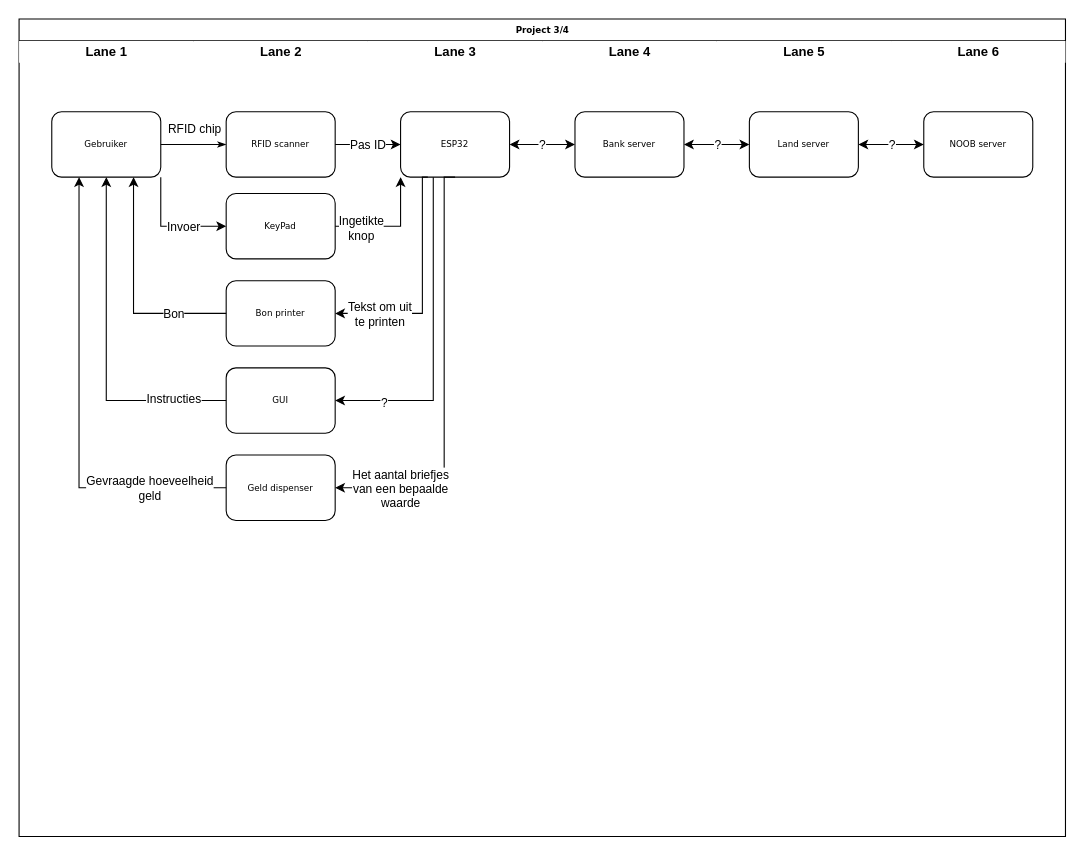
Earlier version of the draw.io diagram designs/2D/dataFlowDiagram.drawio (Sinjablo/Git-TINPRJ03-34). Source tidied: cells renumbered, new cells numbered last; positions are measured from the earlier drawing's top-left corner, leaving out a move shared by most shapes. Both pictures are drawn from the tidied source at 109%, with x=0, y=0 at pixel (19, 19).
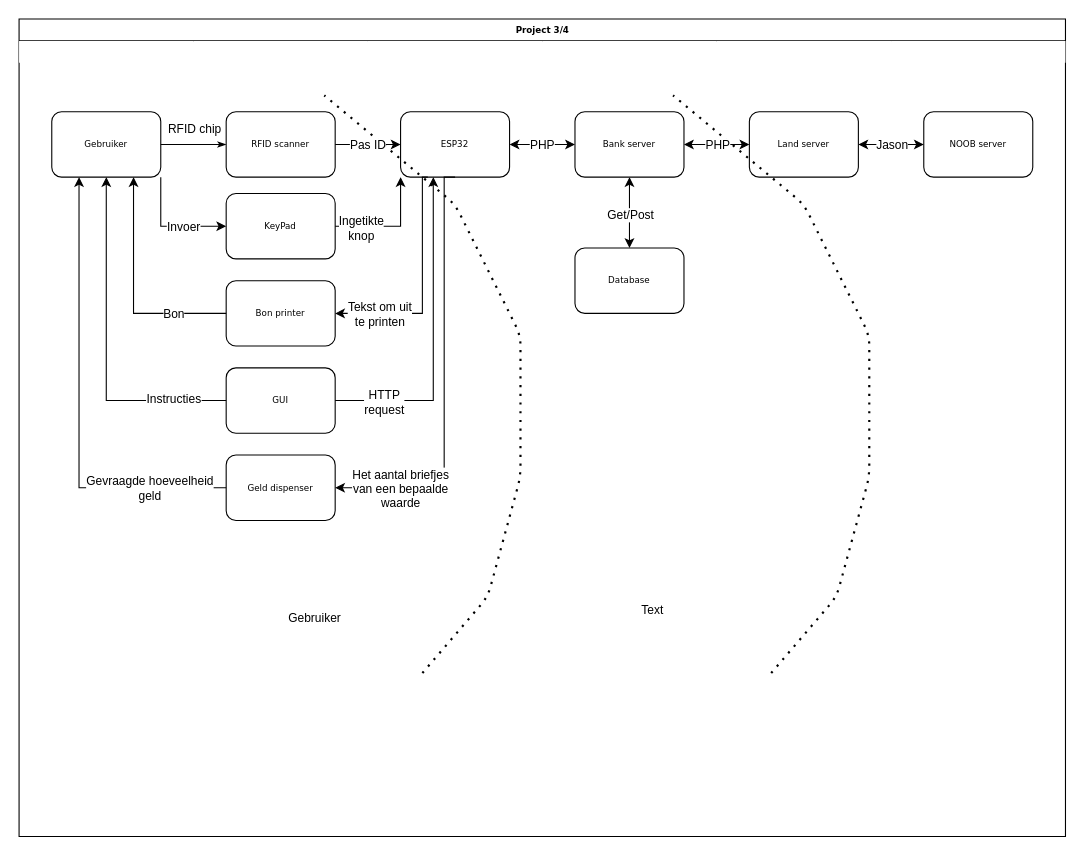
The same diagram, later.

The change refers to these unchanged cells:
```xml
<mxCell id="2" value="Project 3/4" style="swimlane;html=1;startSize=20;rounded=0;shadow=0;labelBackgroundColor=none;strokeWidth=1;fontFamily=Verdana;fontSize=8;align=center;" parent="1" vertex="1">
  <mxGeometry width="960" height="750" as="geometry" />
</mxCell>
<mxCell id="11" value="GUI" style="rounded=1;whiteSpace=wrap;html=1;shadow=0;labelBackgroundColor=none;strokeWidth=1;fontFamily=Verdana;fontSize=8;align=center;" parent="7" vertex="1">
  <mxGeometry x="30" y="300" width="100" height="60" as="geometry" />
</mxCell>
<mxCell id="14" value="ESP32" style="rounded=1;whiteSpace=wrap;html=1;shadow=0;labelBackgroundColor=none;strokeWidth=1;fontFamily=Verdana;fontSize=8;align=center;" parent="13" vertex="1">
  <mxGeometry x="30" y="65" width="100" height="60" as="geometry" />
</mxCell>
<mxCell id="16" value="Bank server" style="rounded=1;whiteSpace=wrap;html=1;shadow=0;labelBackgroundColor=none;strokeWidth=1;fontFamily=Verdana;fontSize=8;align=center;" parent="15" vertex="1">
  <mxGeometry x="30" y="65" width="100" height="60" as="geometry" />
</mxCell>
<mxCell id="39" style="edgeStyle=orthogonalEdgeStyle;rounded=0;jettySize=auto;html=1;startArrow=classic;startFill=1;" parent="2" edge="1" source="14" target="16">
  <mxGeometry relative="1" as="geometry" />
</mxCell>
<mxCell id="41" style="edgeStyle=orthogonalEdgeStyle;rounded=0;jettySize=auto;html=1;entryX=0;entryY=0.5;entryDx=0;entryDy=0;startArrow=classic;startFill=1;" parent="2" edge="1" source="16" target="18">
  <mxGeometry relative="1" as="geometry" />
</mxCell>
<mxCell id="43" style="edgeStyle=orthogonalEdgeStyle;rounded=0;jettySize=auto;html=1;entryX=0;entryY=0.5;entryDx=0;entryDy=0;startArrow=classic;startFill=1;" parent="2" edge="1" source="18" target="20">
  <mxGeometry relative="1" as="geometry" />
</mxCell>
```

The edit, as a diff of the source:
```diff
@@
-    <mxCell id="3" value="Lane 1" style="swimlane;html=1;startSize=20;strokeColor=none;" parent="2" vertex="1">
+    <mxCell id="3" style="swimlane;html=1;startSize=20;strokeColor=none;" parent="2" vertex="1">
       <mxGeometry y="20" width="160" height="730" as="geometry" />
     </mxCell>
@@
-    <mxCell id="7" value="Lane 2" style="swimlane;html=1;startSize=20;strokeColor=none;" parent="2" vertex="1">
+    <mxCell id="7" style="swimlane;html=1;startSize=20;strokeColor=none;" parent="2" vertex="1">
       <mxGeometry x="160" y="20" width="160" height="730" as="geometry" />
     </mxCell>
@@
-    <mxCell id="13" value="Lane 3" style="swimlane;html=1;startSize=20;strokeColor=none;" parent="2" vertex="1">
+    <mxCell id="13" style="swimlane;html=1;startSize=20;strokeColor=none;" parent="2" vertex="1">
       <mxGeometry x="320" y="20" width="160" height="730" as="geometry" />
     </mxCell>
@@
+    <mxCell id="45" style="endArrow=none;dashed=1;html=1;dashPattern=1 3;strokeWidth=2;" parent="13" edge="1">
+      <mxGeometry relative="1" as="geometry">
+        <mxPoint x="50" y="580" as="sourcePoint" />
+        <mxPoint x="-40" y="50" as="targetPoint" />
+        <Array as="points">
+          <mxPoint x="110" y="510" />
+          <mxPoint x="140" y="400" />
+          <mxPoint x="140" y="270" />
+          <mxPoint x="80" y="150" />
+        </Array>
+      </mxGeometry>
+    </mxCell>
+    <mxCell id="46" value="Gebruiker" style="edgeLabel;html=1;align=center;verticalAlign=middle;" parent="45" vertex="1">
+      <mxGeometry x="-0.03" y="1" relative="1" as="geometry">
+        <mxPoint x="-189" y="227" as="offset" />
+      </mxGeometry>
+    </mxCell>
+    <mxCell id="47" value="Text" style="edgeLabel;html=1;align=center;verticalAlign=middle;" parent="45" vertex="1">
+      <mxGeometry x="-0.75" y="-1" relative="1" as="geometry">
+        <mxPoint x="159" as="offset" />
+      </mxGeometry>
+    </mxCell>
-    <mxCell id="15" value="Lane 4" style="swimlane;html=1;startSize=20;strokeColor=none;" parent="2" vertex="1">
+    <mxCell id="15" style="swimlane;html=1;startSize=20;strokeColor=none;" parent="2" vertex="1">
       <mxGeometry x="480" y="20" width="160" height="730" as="geometry" />
     </mxCell>
+    <mxCell id="48" style="edgeStyle=orthogonalEdgeStyle;rounded=0;jettySize=auto;html=1;entryX=0.5;entryY=0;entryDx=0;entryDy=0;startArrow=classic;startFill=1;endArrow=classic;endFill=1;" parent="15" edge="1" source="16" target="50">
+      <mxGeometry relative="1" as="geometry" />
+    </mxCell>
+    <mxCell id="49" value="Get/Post" style="edgeLabel;html=1;align=center;verticalAlign=middle;" parent="48" vertex="1">
+      <mxGeometry x="0.06" relative="1" as="geometry" />
+    </mxCell>
@@
+    <mxCell id="50" value="Database" style="rounded=1;whiteSpace=wrap;html=1;shadow=0;labelBackgroundColor=none;strokeWidth=1;fontFamily=Verdana;fontSize=8;align=center;" parent="15" vertex="1">
+      <mxGeometry x="30" y="190" width="100" height="60" as="geometry" />
+    </mxCell>
-    <mxCell id="17" value="Lane 5" style="swimlane;html=1;startSize=20;strokeColor=none;" parent="2" vertex="1">
+    <mxCell id="17" style="swimlane;html=1;startSize=20;strokeColor=none;" parent="2" vertex="1">
       <mxGeometry x="640" y="20" width="160" height="730" as="geometry" />
     </mxCell>
@@
+    <mxCell id="51" style="endArrow=none;dashed=1;html=1;dashPattern=1 3;strokeWidth=2;" parent="17" edge="1">
+      <mxGeometry relative="1" as="geometry">
+        <mxPoint x="50" y="580" as="sourcePoint" />
+        <mxPoint x="-40" y="50" as="targetPoint" />
+        <Array as="points">
+          <mxPoint x="110" y="510" />
+          <mxPoint x="140" y="400" />
+          <mxPoint x="140" y="270" />
+          <mxPoint x="80" y="150" />
+        </Array>
+      </mxGeometry>
+    </mxCell>
-    <mxCell id="19" value="Lane 6" style="swimlane;html=1;startSize=20;strokeColor=none;" parent="2" vertex="1">
+    <mxCell id="19" style="swimlane;html=1;startSize=20;strokeColor=none;" parent="2" vertex="1">
       <mxGeometry x="800" y="20" width="160" height="730" as="geometry" />
     </mxCell>
@@
-    <mxCell id="35" style="edgeStyle=orthogonalEdgeStyle;rounded=0;jettySize=auto;html=1;entryX=1;entryY=0.5;entryDx=0;entryDy=0;startArrow=none;startFill=0;endArrow=classic;endFill=1;" parent="2" edge="1" source="14" target="11">
+    <mxCell id="35" style="edgeStyle=orthogonalEdgeStyle;rounded=0;jettySize=auto;html=1;entryX=1;entryY=0.5;entryDx=0;entryDy=0;startArrow=classic;startFill=1;endArrow=none;endFill=0;" parent="2" edge="1" source="14" target="11">
       <mxGeometry relative="1" as="geometry">
         <Array as="points">
           <mxPoint x="380" y="350" />
         </Array>
       </mxGeometry>
     </mxCell>
-    <mxCell id="36" value="?" style="edgeLabel;html=1;align=center;verticalAlign=middle;" parent="35" vertex="1">
+    <mxCell id="36" value="HTTP&lt;br&gt;request" style="edgeLabel;html=1;align=center;verticalAlign=middle;" parent="35" vertex="1">
       <mxGeometry x="0.7" y="1" relative="1" as="geometry" />
     </mxCell>
@@
-    <mxCell id="40" value="?" style="edgeLabel;html=1;align=center;verticalAlign=middle;" parent="39" vertex="1">
+    <mxCell id="40" value="PHP" style="edgeLabel;html=1;align=center;verticalAlign=middle;" parent="39" vertex="1">
       <mxGeometry x="0.21" relative="1" as="geometry">
         <mxPoint x="-7" as="offset" />
       </mxGeometry>
     </mxCell>
@@
-    <mxCell id="42" value="?" style="edgeLabel;html=1;align=center;verticalAlign=middle;" parent="41" vertex="1">
+    <mxCell id="42" value="PHP" style="edgeLabel;html=1;align=center;verticalAlign=middle;" parent="41" vertex="1">
       <mxGeometry x="0.1" y="1" relative="1" as="geometry">
         <mxPoint x="-3" y="1" as="offset" />
       </mxGeometry>
     </mxCell>
@@
-    <mxCell id="44" value="?" style="edgeLabel;html=1;align=center;verticalAlign=middle;" parent="43" vertex="1">
+    <mxCell id="44" value="Jason" style="edgeLabel;html=1;align=center;verticalAlign=middle;" parent="43" vertex="1">
       <mxGeometry x="0.19" y="-1" relative="1" as="geometry">
         <mxPoint x="-6" y="-1" as="offset" />
       </mxGeometry>
     </mxCell>
+    <mxCell id="52" style="swimlane;html=1;startSize=20;strokeColor=none;" parent="1" vertex="1">
+      <mxGeometry x="490" y="30" width="160" height="730" as="geometry" />
+    </mxCell>
```
